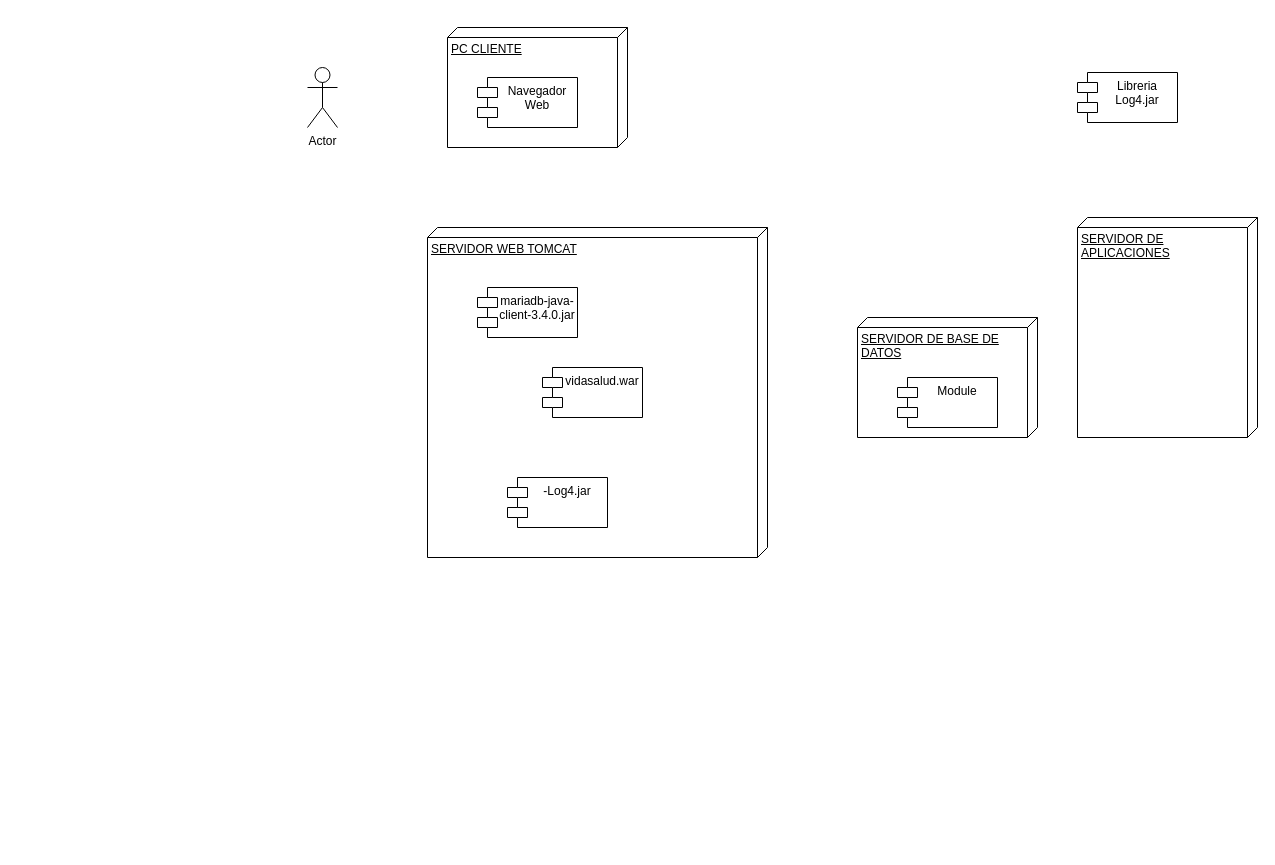
The draw.io diagram Untitled Diagram.drawio in joaonunez/diagramasClase, before the edit. Source tidied: cells renumbered, new cells numbered last; positions are measured from the earlier drawing's top-left corner, leaving out a move shared by most shapes. Both pictures are drawn from the tidied source at 100%, with x=0, y=0 at pixel (307, 27).
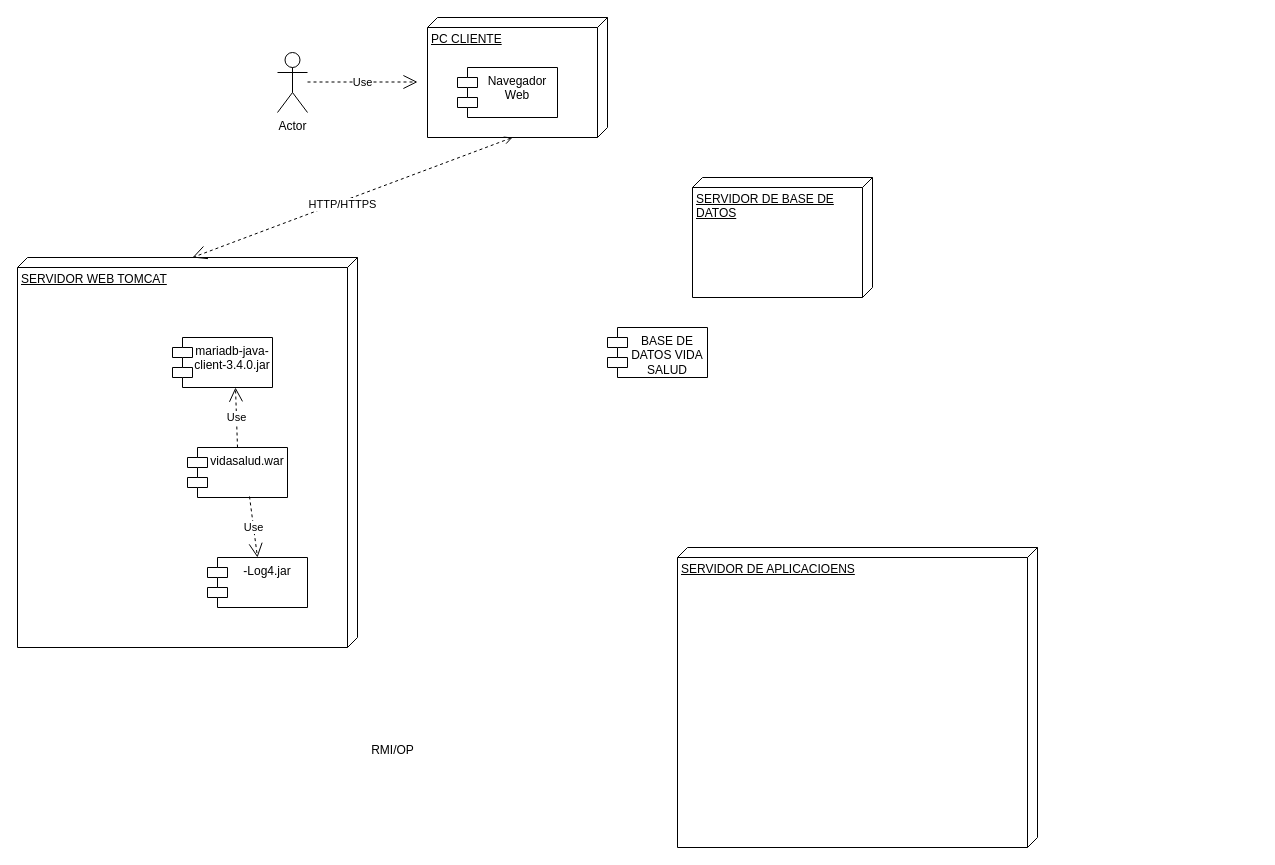
Above is the later version.

Change to the diagram source:
```diff
@@
 <mxGraphModel>
   <root>
     <mxCell id="0" />
     <mxCell id="1" parent="0" />
+    <mxCell id="13" value="SERVIDOR DE APLICACIOENS" style="verticalAlign=top;align=left;spacingTop=8;spacingLeft=2;spacingRight=12;shape=cube;size=10;direction=south;fontStyle=4;html=1;whiteSpace=wrap;" parent="1" vertex="1">
+      <mxGeometry x="370" y="520" width="360" height="300" as="geometry" />
+    </mxCell>
+    <mxCell id="14" value="RMI/OP&lt;div&gt;&lt;br&gt;&lt;/div&gt;" style="text;html=1;align=center;verticalAlign=middle;strokeColor=none;fillColor=none;" parent="1" vertex="1">
+      <mxGeometry x="50" y="710" width="70" height="40" as="geometry" />
+    </mxCell>
     <mxCell id="2" value="Actor" style="shape=umlActor;verticalLabelPosition=bottom;verticalAlign=top;html=1;" parent="1" vertex="1">
-      <mxGeometry y="40" width="30" height="60" as="geometry" />
+      <mxGeometry x="-30" y="25" width="30" height="60" as="geometry" />
     </mxCell>
     <mxCell id="3" value="PC CLIENTE" style="verticalAlign=top;align=left;spacingTop=8;spacingLeft=2;spacingRight=12;shape=cube;size=10;direction=south;fontStyle=4;html=1;whiteSpace=wrap;" parent="1" vertex="1">
-      <mxGeometry x="140" width="180" height="120" as="geometry" />
+      <mxGeometry x="120" y="-10" width="180" height="120" as="geometry" />
     </mxCell>
     <mxCell id="4" value="Navegador Web" style="shape=module;align=left;spacingLeft=20;align=center;verticalAlign=top;whiteSpace=wrap;html=1;" parent="1" vertex="1">
-      <mxGeometry x="170" y="50" width="100" height="50" as="geometry" />
+      <mxGeometry x="150" y="40" width="100" height="50" as="geometry" />
     </mxCell>
     <mxCell id="5" value="SERVIDOR WEB TOMCAT" style="verticalAlign=top;align=left;spacingTop=8;spacingLeft=2;spacingRight=12;shape=cube;size=10;direction=south;fontStyle=4;html=1;whiteSpace=wrap;" parent="1" vertex="1">
-      <mxGeometry x="120" y="200" width="340" height="330" as="geometry" />
+      <mxGeometry x="-290" y="230" width="340" height="390" as="geometry" />
     </mxCell>
-    <mxCell id="6" value="Libreria&lt;br&gt;&lt;div&gt;Log4.jar&lt;/div&gt;" style="shape=module;align=left;spacingLeft=20;align=center;verticalAlign=top;whiteSpace=wrap;html=1;" parent="1" vertex="1">
-      <mxGeometry x="770" y="45" width="100" height="50" as="geometry" />
-    </mxCell>
-    <mxCell id="7" value="SERVIDOR DE APLICACIONES" style="verticalAlign=top;align=left;spacingTop=8;spacingLeft=2;spacingRight=12;shape=cube;size=10;direction=south;fontStyle=4;html=1;whiteSpace=wrap;" parent="1" vertex="1">
-      <mxGeometry x="770" y="190" width="180" height="220" as="geometry" />
-    </mxCell>
+    <mxCell id="15" value="Use" style="endArrow=open;endSize=12;dashed=1;html=1;rounded=0;" parent="1" edge="1">
+      <mxGeometry relative="1" as="geometry">
+        <mxPoint y="54.5" as="sourcePoint" />
+        <mxPoint x="110" y="54.5" as="targetPoint" />
+      </mxGeometry>
+    </mxCell>
+    <mxCell id="16" style="endArrow=open;endSize=12;dashed=1;html=1;rounded=0;entryX=0;entryY=0;entryDx=0;entryDy=165;entryPerimeter=0;startArrow=open;startFill=0;exitX=0;exitY=0;exitDx=120;exitDy=95;exitPerimeter=0;" parent="1" edge="1" source="3" target="5">
+      <mxGeometry relative="1" as="geometry" />
+    </mxCell>
+    <mxCell id="17" value="HTTP/HTTPS" style="edgeLabel;html=1;align=center;verticalAlign=middle;" parent="16" vertex="1">
+      <mxGeometry x="0.07" y="2" relative="1" as="geometry" />
+    </mxCell>
+    <mxCell id="18" style="group;" parent="1" vertex="1">
+      <mxGeometry x="-135" y="310" width="135" height="270" as="geometry" />
+    </mxCell>
-    <mxCell id="8" value="-Log4.jar" style="shape=module;align=left;spacingLeft=20;align=center;verticalAlign=top;whiteSpace=wrap;html=1;" parent="1" vertex="1">
-      <mxGeometry x="200" y="450" width="100" height="50" as="geometry" />
+    <mxCell id="8" value="-Log4.jar" style="shape=module;align=left;spacingLeft=20;align=center;verticalAlign=top;whiteSpace=wrap;html=1;" parent="18" vertex="1">
+      <mxGeometry x="35" y="220" width="100" height="50" as="geometry" />
     </mxCell>
-    <mxCell id="9" value="SERVIDOR DE BASE DE DATOS" style="verticalAlign=top;align=left;spacingTop=8;spacingLeft=2;spacingRight=12;shape=cube;size=10;direction=south;fontStyle=4;html=1;whiteSpace=wrap;" parent="1" vertex="1">
-      <mxGeometry x="550" y="290" width="180" height="120" as="geometry" />
-    </mxCell>
-    <mxCell id="10" value="mariadb-java-client-3.4.0.jar" style="shape=module;align=left;spacingLeft=20;align=center;verticalAlign=top;whiteSpace=wrap;html=1;" parent="1" vertex="1">
-      <mxGeometry x="170" y="260" width="100" height="50" as="geometry" />
+    <mxCell id="10" value="mariadb-java-client-3.4.0.jar" style="shape=module;align=left;spacingLeft=20;align=center;verticalAlign=top;whiteSpace=wrap;html=1;" parent="18" vertex="1">
+      <mxGeometry width="100" height="50" as="geometry" />
     </mxCell>
-    <mxCell id="11" value="vidasalud.war" style="shape=module;align=left;spacingLeft=20;align=center;verticalAlign=top;whiteSpace=wrap;html=1;" parent="1" vertex="1">
-      <mxGeometry x="235" y="340" width="100" height="50" as="geometry" />
+    <mxCell id="11" value="vidasalud.war" style="shape=module;align=left;spacingLeft=20;align=center;verticalAlign=top;whiteSpace=wrap;html=1;" parent="18" vertex="1">
+      <mxGeometry x="15" y="110" width="100" height="50" as="geometry" />
     </mxCell>
+    <mxCell id="19" value="Use" style="endArrow=open;endSize=12;dashed=1;html=1;rounded=0;exitX=0.5;exitY=0;exitDx=0;exitDy=0;entryX=0.63;entryY=1;entryDx=0;entryDy=0;entryPerimeter=0;" parent="18" edge="1" source="11" target="10">
+      <mxGeometry relative="1" as="geometry" />
+    </mxCell>
+    <mxCell id="20" value="Use" style="endArrow=open;endSize=12;dashed=1;html=1;rounded=0;exitX=0.62;exitY=0.98;exitDx=0;exitDy=0;exitPerimeter=0;entryX=0.5;entryY=0;entryDx=0;entryDy=0;" parent="18" edge="1" source="11" target="8">
+      <mxGeometry relative="1" as="geometry" />
+    </mxCell>
+    <mxCell id="9" value="SERVIDOR DE BASE DE DATOS" style="verticalAlign=top;align=left;spacingTop=8;spacingLeft=2;spacingRight=12;shape=cube;size=10;direction=south;fontStyle=4;html=1;whiteSpace=wrap;" parent="1" vertex="1">
+      <mxGeometry x="385" y="150" width="180" height="120" as="geometry" />
+    </mxCell>
-    <mxCell id="12" value="Module" style="shape=module;align=left;spacingLeft=20;align=center;verticalAlign=top;whiteSpace=wrap;html=1;" parent="1" vertex="1">
-      <mxGeometry x="590" y="350" width="100" height="50" as="geometry" />
+    <mxCell id="12" value="BASE DE DATOS VIDA SALUD" style="shape=module;align=left;spacingLeft=20;align=center;verticalAlign=top;whiteSpace=wrap;html=1;" parent="1" vertex="1">
+      <mxGeometry x="300" y="300" width="100" height="50" as="geometry" />
     </mxCell>
   </root>
 </mxGraphModel>
```
